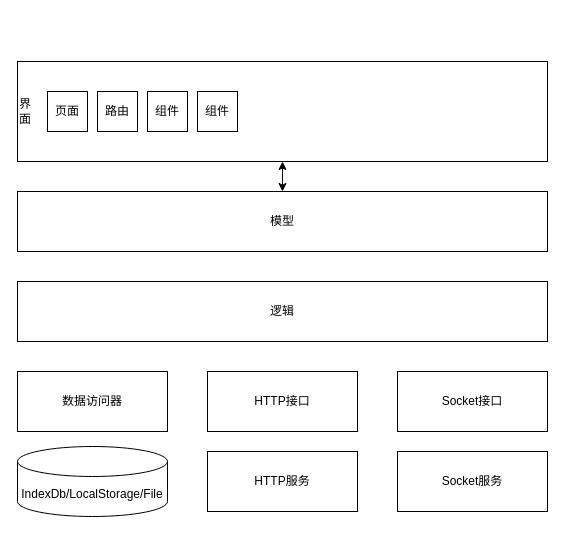
Above: Untitled Diagram.drawio in xland/cnblogs (draw.io), before the change. Source tidied: cells renumbered, new cells numbered last; positions are measured from the earlier drawing's top-left corner, leaving out a move shared by most shapes. Both pictures are drawn from the tidied source at 100%, with x=0, y=0 at pixel (17, 61).
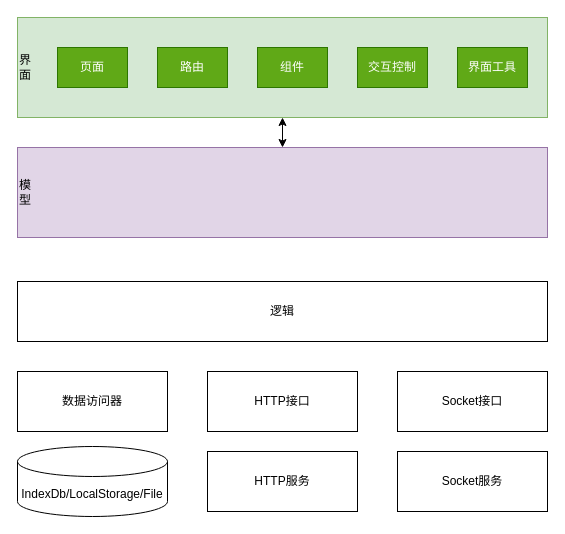
The same page after the edit.

Change to the diagram source:
```diff
@@
 <mxGraphModel>
   <root>
     <mxCell id="0" />
     <mxCell id="1" parent="0" />
-    <mxCell id="2" value="界&lt;br&gt;面" style="rounded=0;whiteSpace=wrap;html=1;align=left;" parent="1" vertex="1">
-      <mxGeometry width="530" height="100" as="geometry" />
+    <mxCell id="2" value="界&lt;br&gt;面" style="rounded=0;whiteSpace=wrap;html=1;align=left;fillColor=#d5e8d4;strokeColor=#82b366;" parent="1" vertex="1">
+      <mxGeometry y="-44" width="530" height="100" as="geometry" />
     </mxCell>
-    <mxCell id="3" value="模型" style="rounded=0;whiteSpace=wrap;html=1;" parent="1" vertex="1">
-      <mxGeometry y="130" width="530" height="60" as="geometry" />
+    <mxCell id="3" value="模&lt;br&gt;型" style="rounded=0;whiteSpace=wrap;html=1;align=left;fillColor=#e1d5e7;strokeColor=#9673a6;" parent="1" vertex="1">
+      <mxGeometry y="86" width="530" height="90" as="geometry" />
     </mxCell>
     <mxCell id="4" value="逻辑" style="rounded=0;whiteSpace=wrap;html=1;" parent="1" vertex="1">
       <mxGeometry y="220" width="530" height="60" as="geometry" />
     </mxCell>
     <mxCell id="5" value="数据访问器" style="rounded=0;whiteSpace=wrap;html=1;" parent="1" vertex="1">
       <mxGeometry y="310" width="150" height="60" as="geometry" />
     </mxCell>
     <mxCell id="6" value="HTTP接口" style="rounded=0;whiteSpace=wrap;html=1;" parent="1" vertex="1">
       <mxGeometry x="190" y="310" width="150" height="60" as="geometry" />
     </mxCell>
     <mxCell id="7" value="Socket接口" style="rounded=0;whiteSpace=wrap;html=1;" parent="1" vertex="1">
       <mxGeometry x="380" y="310" width="150" height="60" as="geometry" />
     </mxCell>
     <mxCell id="8" value="Socket服务" style="rounded=0;whiteSpace=wrap;html=1;" parent="1" vertex="1">
       <mxGeometry x="380" y="390" width="150" height="60" as="geometry" />
     </mxCell>
     <mxCell id="9" value="HTTP服务" style="rounded=0;whiteSpace=wrap;html=1;" parent="1" vertex="1">
       <mxGeometry x="190" y="390" width="150" height="60" as="geometry" />
     </mxCell>
     <mxCell id="10" value="IndexDb/LocalStorage/File" style="shape=cylinder3;whiteSpace=wrap;html=1;boundedLbl=1;backgroundOutline=1;size=15;" parent="1" vertex="1">
       <mxGeometry y="385" width="150" height="70" as="geometry" />
     </mxCell>
     <mxCell id="11" style="endArrow=classic;startArrow=classic;html=1;exitX=0.5;exitY=0;exitDx=0;exitDy=0;" parent="1" edge="1" source="3" target="2">
       <mxGeometry relative="1" as="geometry" />
     </mxCell>
-    <mxCell id="12" value="页面" style="rounded=0;whiteSpace=wrap;html=1;align=center;" parent="1" vertex="1">
-      <mxGeometry x="30" y="30" width="40" height="40" as="geometry" />
+    <mxCell id="12" value="页面" style="rounded=0;whiteSpace=wrap;html=1;align=center;fillColor=#60a917;strokeColor=#2D7600;fontColor=#ffffff;" parent="1" vertex="1">
+      <mxGeometry x="40" y="-14" width="70" height="40" as="geometry" />
     </mxCell>
-    <mxCell id="13" value="路由" style="rounded=0;whiteSpace=wrap;html=1;align=center;" parent="1" vertex="1">
-      <mxGeometry x="80" y="30" width="40" height="40" as="geometry" />
+    <mxCell id="13" value="路由" style="rounded=0;whiteSpace=wrap;html=1;align=center;fillColor=#60a917;strokeColor=#2D7600;fontColor=#ffffff;" parent="1" vertex="1">
+      <mxGeometry x="140" y="-14" width="70" height="40" as="geometry" />
     </mxCell>
-    <mxCell id="14" value="组件" style="rounded=0;whiteSpace=wrap;html=1;align=center;" parent="1" vertex="1">
-      <mxGeometry x="130" y="30" width="40" height="40" as="geometry" />
+    <mxCell id="14" value="组件" style="rounded=0;whiteSpace=wrap;html=1;align=center;fillColor=#60a917;strokeColor=#2D7600;fontColor=#ffffff;" parent="1" vertex="1">
+      <mxGeometry x="240" y="-14" width="70" height="40" as="geometry" />
     </mxCell>
-    <mxCell id="15" value="组件" style="rounded=0;whiteSpace=wrap;html=1;align=center;" parent="1" vertex="1">
-      <mxGeometry x="180" y="30" width="40" height="40" as="geometry" />
+    <mxCell id="15" value="交互控制" style="rounded=0;whiteSpace=wrap;html=1;align=center;fillColor=#60a917;strokeColor=#2D7600;fontColor=#ffffff;" parent="1" vertex="1">
+      <mxGeometry x="340" y="-14" width="70" height="40" as="geometry" />
     </mxCell>
+    <mxCell id="16" value="界面工具" style="rounded=0;whiteSpace=wrap;html=1;align=center;fillColor=#60a917;strokeColor=#2D7600;fontColor=#ffffff;" parent="1" vertex="1">
+      <mxGeometry x="440" y="-14" width="70" height="40" as="geometry" />
+    </mxCell>
   </root>
 </mxGraphModel>
```
